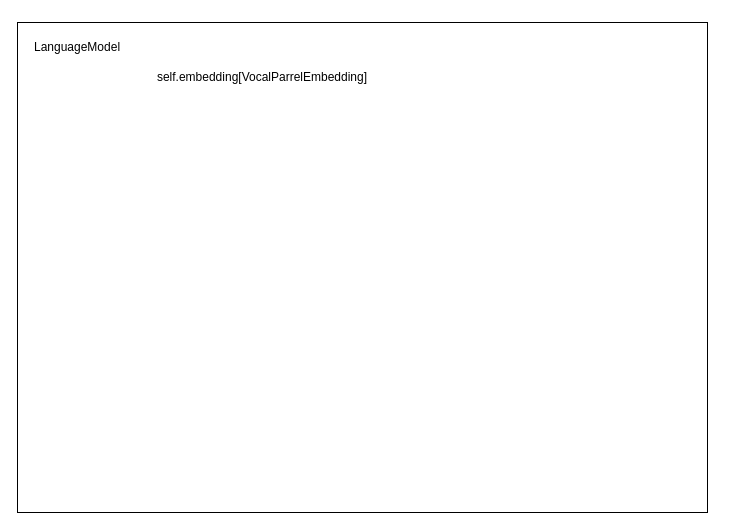
The draw.io diagram llama70B.drawio in LamForest/draw.io, before the edit. Source tidied: cells renumbered, new cells numbered last; positions are measured from the earlier drawing's top-left corner, leaving out a move shared by most shapes. Both pictures are drawn from the tidied source at 100%, with x=0, y=0 at pixel (17, 22).
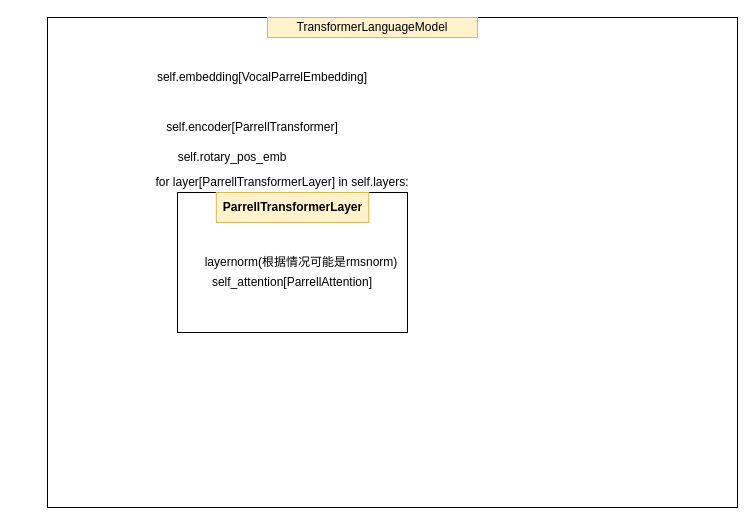
The same page after the edit.

Change to the diagram source:
```diff
@@
 <mxGraphModel>
   <root>
     <mxCell id="0" />
     <mxCell id="1" parent="0" />
     <mxCell id="2" style="whiteSpace=wrap;html=1;align=left;" parent="1" vertex="1">
-      <mxGeometry width="690" height="490" as="geometry" />
+      <mxGeometry x="30" y="-5" width="690" height="490" as="geometry" />
     </mxCell>
-    <mxCell id="3" value="LanguageModel" style="text;html=1;strokeColor=none;fillColor=none;align=center;verticalAlign=middle;whiteSpace=wrap;rounded=0;" parent="1" vertex="1">
-      <mxGeometry x="30" y="10" width="60" height="30" as="geometry" />
+    <mxCell id="3" value="TransformerLanguageModel" style="text;html=1;strokeColor=#d6b656;fillColor=#fff2cc;align=center;verticalAlign=middle;whiteSpace=wrap;rounded=0;" parent="1" vertex="1">
+      <mxGeometry x="250" y="-5" width="210" height="20" as="geometry" />
     </mxCell>
     <mxCell id="4" value="self.embedding[VocalParrelEmbedding]" style="text;html=1;strokeColor=none;fillColor=none;align=center;verticalAlign=middle;whiteSpace=wrap;rounded=0;" parent="1" vertex="1">
       <mxGeometry x="120" y="40" width="250" height="30" as="geometry" />
     </mxCell>
+    <mxCell id="5" value="self.encoder[ParrellTransformer]" style="text;html=1;strokeColor=none;fillColor=none;align=center;verticalAlign=middle;whiteSpace=wrap;rounded=0;" parent="1" vertex="1">
+      <mxGeometry x="110" y="90" width="250" height="30" as="geometry" />
+    </mxCell>
+    <mxCell id="6" value="for layer[ParrellTransformerLayer] in self.layers:&lt;br&gt;" style="text;html=1;strokeColor=none;fillColor=none;align=center;verticalAlign=middle;whiteSpace=wrap;rounded=0;" parent="1" vertex="1">
+      <mxGeometry x="80" y="140" width="370" height="40" as="geometry" />
+    </mxCell>
+    <mxCell id="7" style="rounded=0;whiteSpace=wrap;html=1;" parent="1" vertex="1">
+      <mxGeometry x="160" y="170" width="230" height="140" as="geometry" />
+    </mxCell>
+    <mxCell id="8" value="layernorm(根据情况可能是rmsnorm)" style="text;html=1;strokeColor=none;fillColor=none;align=center;verticalAlign=middle;whiteSpace=wrap;rounded=0;" parent="1" vertex="1">
+      <mxGeometry x="99" y="220" width="370" height="40" as="geometry" />
+    </mxCell>
+    <mxCell id="9" value="self_attention[ParrellAttention]" style="text;html=1;strokeColor=none;fillColor=none;align=center;verticalAlign=middle;whiteSpace=wrap;rounded=0;" parent="1" vertex="1">
+      <mxGeometry x="90" y="240" width="370" height="40" as="geometry" />
+    </mxCell>
+    <mxCell id="10" value="ParrellTransformerLayer" style="text;html=1;strokeColor=#d6b656;fillColor=#fff2cc;align=center;verticalAlign=middle;whiteSpace=wrap;rounded=0;fontStyle=1;" parent="1" vertex="1">
+      <mxGeometry x="198.8" y="170" width="152.5" height="30" as="geometry" />
+    </mxCell>
+    <mxCell id="11" value="self.rotary_pos_emb" style="text;html=1;strokeColor=none;fillColor=none;align=center;verticalAlign=middle;whiteSpace=wrap;rounded=0;" parent="1" vertex="1">
+      <mxGeometry x="90" y="120" width="250" height="30" as="geometry" />
+    </mxCell>
   </root>
 </mxGraphModel>
```
